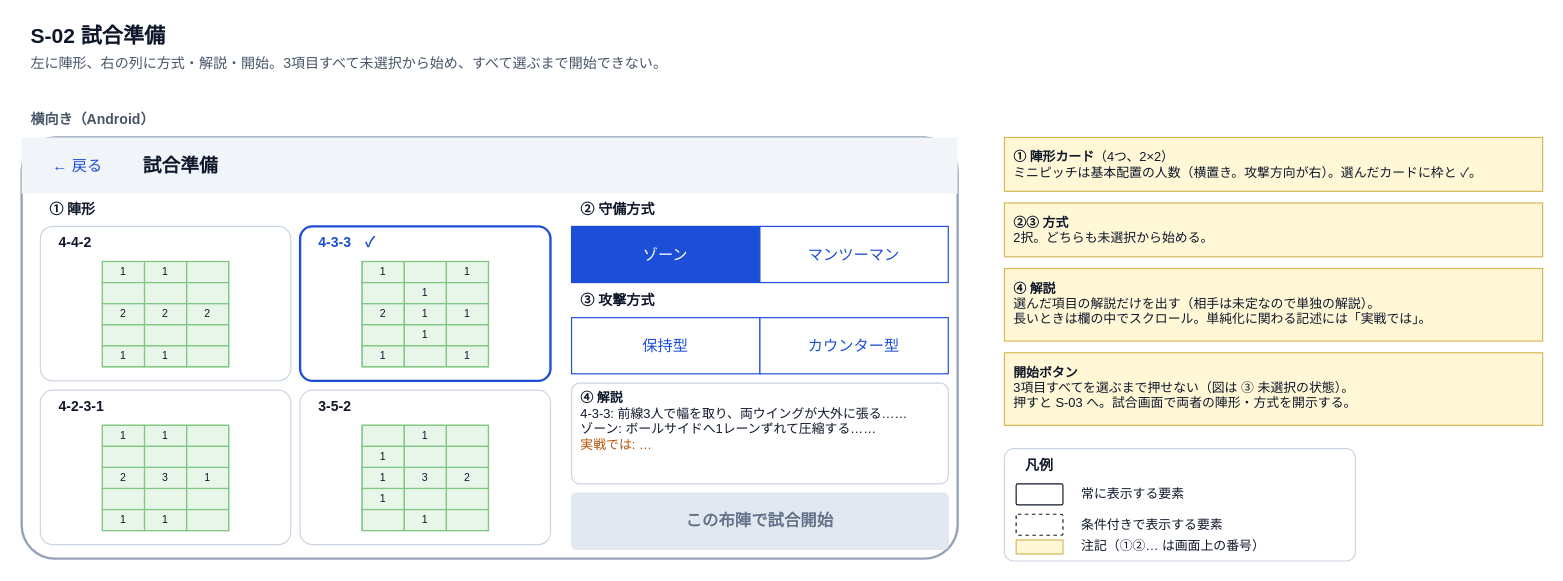
n-yata/soccer-sim keeps this draw.io diagram as page "wireframe-s02-match-setup" (2 of 12) of docs/specs/2_basic-design/wireframes.drawio. Above is the earlier version. Source tidied: cells renumbered, new cells numbered last; positions are measured from the earlier drawing's top-left corner, leaving out a move shared by most shapes. Both pictures are drawn from the tidied source at 117%, with x=0, y=0 at pixel (21, 20).
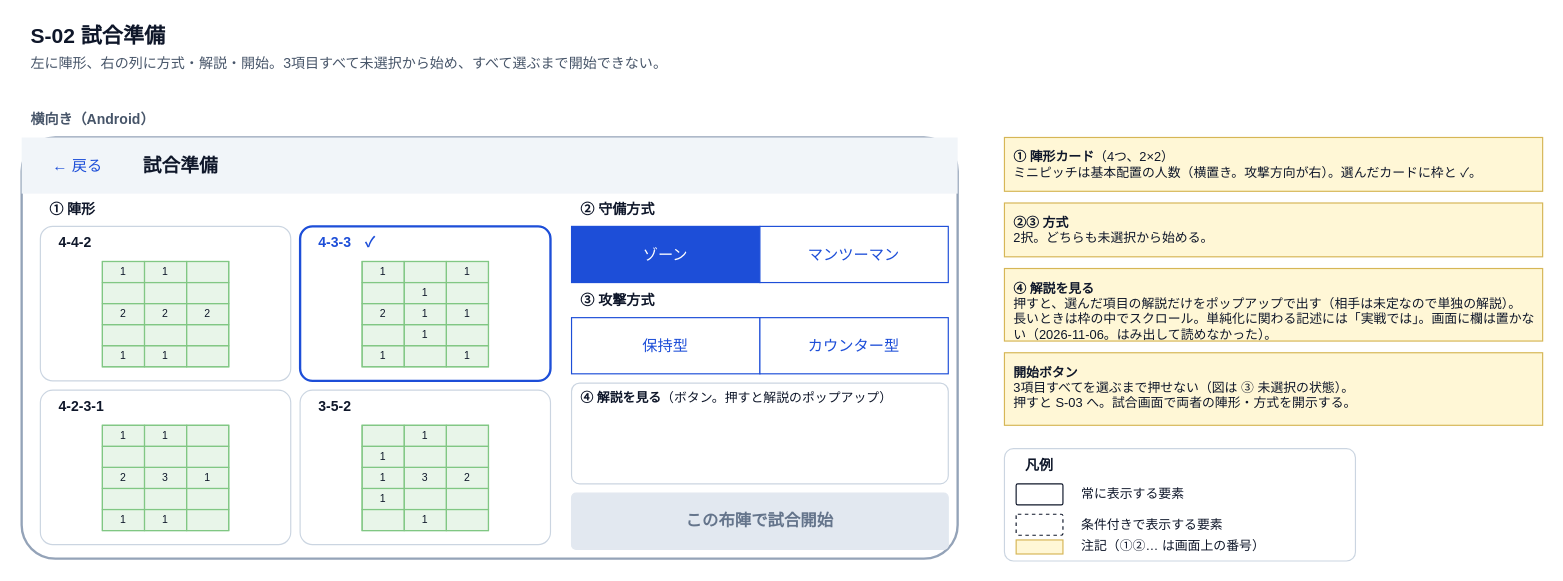
The same diagram, later.

What changed in the source:
```diff
@@
-    <mxCell id="88" value="&lt;b&gt;④ 解説&lt;/b&gt;&lt;br&gt;4-3-3: 前線3人で幅を取り、両ウイングが大外に張る……&lt;br&gt;ゾーン: ボールサイドへ1レーンずれて圧縮する……&lt;br&gt;&lt;span style='color:#B45309'&gt;実戦では: …&lt;/span&gt;" style="rounded=1;arcSize=8;whiteSpace=wrap;html=1;fillColor=#FFFFFF;strokeColor=#CBD5E1;fontSize=11;fontColor=#0F172A;align=left;verticalAlign=top;spacingLeft=6;spacingRight=6;" parent="1" vertex="1">
+    <mxCell id="88" value="&lt;b&gt;④ 解説を見る&lt;/b&gt;（ボタン。押すと解説のポップアップ）" style="rounded=1;arcSize=8;whiteSpace=wrap;html=1;fillColor=#FFFFFF;strokeColor=#CBD5E1;fontSize=11;fontColor=#0F172A;align=left;verticalAlign=top;spacingLeft=6;spacingRight=6;" parent="1" vertex="1">
       <mxGeometry x="470" y="310" width="322" height="86" as="geometry" />
     </mxCell>
@@
-    <mxCell id="92" value="&lt;b&gt;④ 解説&lt;/b&gt;&lt;br&gt;選んだ項目の解説だけを出す（相手は未定なので単独の解説）。&lt;br&gt;長いときは欄の中でスクロール。単純化に関わる記述には「実戦では」。" style="rounded=0;arcSize=8;whiteSpace=wrap;html=1;fillColor=#FFF7D6;strokeColor=#D6B656;fontSize=11;fontColor=#0F172A;align=left;verticalAlign=top;spacingLeft=6;spacingRight=6;spacingTop=4;" parent="1" vertex="1">
+    <mxCell id="92" value="&lt;b&gt;④ 解説を見る&lt;/b&gt;&lt;br&gt;押すと、選んだ項目の解説だけをポップアップで出す（相手は未定なので単独の解説）。&lt;br&gt;長いときは枠の中でスクロール。単純化に関わる記述には「実戦では」。画面に欄は置かない（2026-11-06。はみ出して読めなかった）。" style="rounded=0;arcSize=8;whiteSpace=wrap;html=1;fillColor=#FFF7D6;strokeColor=#D6B656;fontSize=11;fontColor=#0F172A;align=left;verticalAlign=top;spacingLeft=6;spacingRight=6;spacingTop=4;" parent="1" vertex="1">
       <mxGeometry x="840" y="212" width="460" height="62" as="geometry" />
     </mxCell>
```
